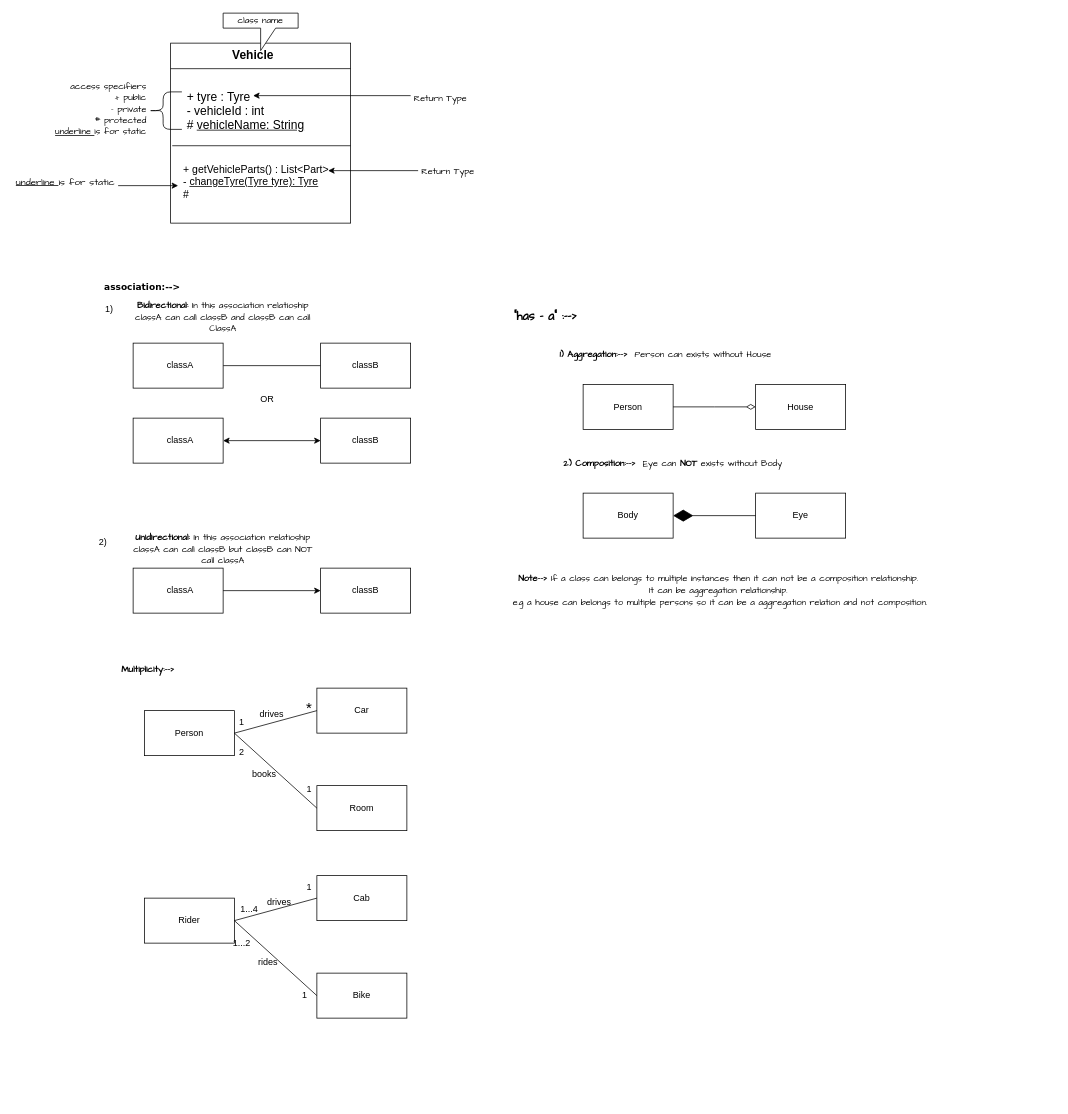
The draw.io diagram a_LLD_Basics/Untitled Diagram.drawio in prabhagaikwad16/lld_canvas, before the edit. Source tidied: cells renumbered, new cells numbered last; positions are measured from the earlier drawing's top-left corner, leaving out a move shared by most shapes. Both pictures are drawn from the tidied source at 75%, with x=0, y=0 at pixel (13, 13).
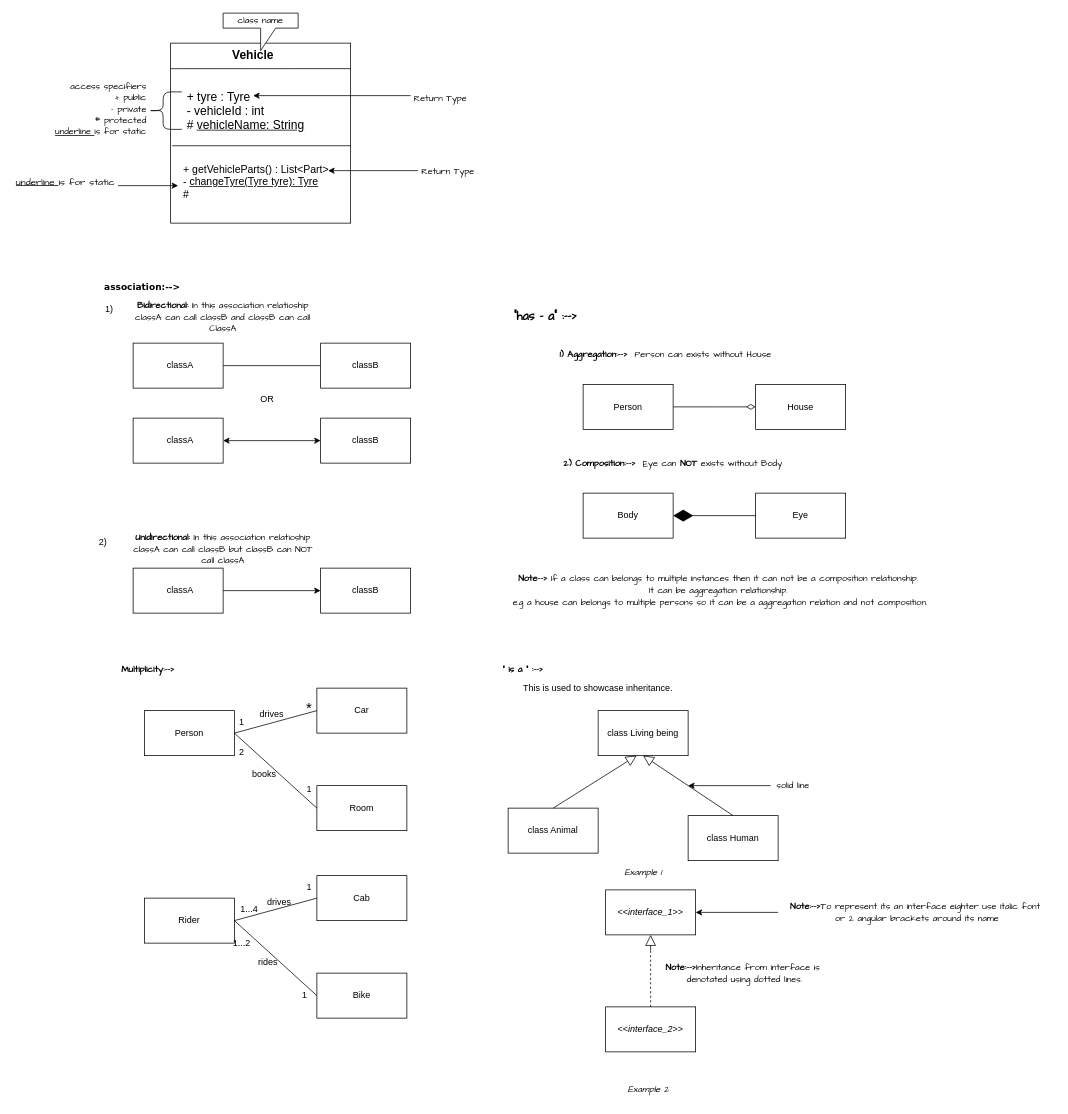
Above is the later version.

The edit, as a diff of the source:
```diff
@@
+    <mxCell id="77" value="&lt;b&gt;&lt;font face=&quot;Comic Sans MS&quot;&gt;&quot; is a &quot; :--&amp;gt;&lt;/font&gt;&lt;/b&gt;" style="text;html=1;align=center;verticalAlign=middle;whiteSpace=wrap;rounded=0;" parent="1" vertex="1">
+      <mxGeometry x="640" y="860" width="80" height="30" as="geometry" />
+    </mxCell>
+    <mxCell id="78" value="This is used to showcase inheritance." style="text;html=1;align=center;verticalAlign=middle;whiteSpace=wrap;rounded=0;" parent="1" vertex="1">
+      <mxGeometry x="650" y="885" width="260" height="30" as="geometry" />
+    </mxCell>
+    <mxCell id="79" value="class Living being" style="rounded=0;whiteSpace=wrap;html=1;" parent="1" vertex="1">
+      <mxGeometry x="780" y="930" width="120" height="60" as="geometry" />
+    </mxCell>
+    <mxCell id="80" value="class Animal" style="rounded=0;whiteSpace=wrap;html=1;" parent="1" vertex="1">
+      <mxGeometry x="660" y="1060" width="120" height="60" as="geometry" />
+    </mxCell>
+    <mxCell id="81" value="class Human" style="rounded=0;whiteSpace=wrap;html=1;" parent="1" vertex="1">
+      <mxGeometry x="900" y="1070" width="120" height="60" as="geometry" />
+    </mxCell>
+    <mxCell id="82" style="edgeStyle=none;html=1;endSize=12;endArrow=block;endFill=0;rounded=0;entryX=0.428;entryY=1;entryDx=0;entryDy=0;entryPerimeter=0;exitX=0.5;exitY=0;exitDx=0;exitDy=0;" parent="1" edge="1" source="80" target="79">
+      <mxGeometry relative="1" as="geometry" />
+    </mxCell>
+    <mxCell id="83" style="edgeStyle=none;html=1;endSize=12;endArrow=block;endFill=0;rounded=0;entryX=0.5;entryY=1;entryDx=0;entryDy=0;exitX=0.5;exitY=0;exitDx=0;exitDy=0;" parent="1" edge="1" source="81" target="79">
+      <mxGeometry relative="1" as="geometry" />
+    </mxCell>
+    <mxCell id="84" value="&lt;font face=&quot;Comic Sans MS&quot;&gt;solid line&lt;/font&gt;" style="text;html=1;align=center;verticalAlign=middle;whiteSpace=wrap;rounded=0;" parent="1" vertex="1">
+      <mxGeometry x="1010" y="1015" width="60" height="30" as="geometry" />
+    </mxCell>
+    <mxCell id="85" style="endArrow=classic;html=1;rounded=0;exitX=0;exitY=0.5;exitDx=0;exitDy=0;" parent="1" edge="1" source="84">
+      <mxGeometry relative="1" as="geometry">
+        <mxPoint x="900" y="1030" as="targetPoint" />
+      </mxGeometry>
+    </mxCell>
+    <mxCell id="86" value="&amp;lt;&amp;lt;&lt;i&gt;interface_1&lt;/i&gt;&amp;gt;&amp;gt;" style="rounded=0;whiteSpace=wrap;html=1;" parent="1" vertex="1">
+      <mxGeometry x="790" y="1169" width="120" height="60" as="geometry" />
+    </mxCell>
+    <mxCell id="87" value="&amp;lt;&amp;lt;&lt;i&gt;interface_2&lt;/i&gt;&amp;gt;&amp;gt;" style="rounded=0;whiteSpace=wrap;html=1;" parent="1" vertex="1">
+      <mxGeometry x="790" y="1325" width="120" height="60" as="geometry" />
+    </mxCell>
+    <mxCell id="88" style="edgeStyle=none;html=1;endSize=12;endArrow=block;endFill=0;rounded=0;entryX=0.5;entryY=1;entryDx=0;entryDy=0;" parent="1" edge="1" target="86">
+      <mxGeometry relative="1" as="geometry">
+        <mxPoint x="850" y="1250" as="sourcePoint" />
+      </mxGeometry>
+    </mxCell>
+    <mxCell id="89" style="endArrow=none;dashed=1;html=1;rounded=0;" parent="1" edge="1" target="87">
+      <mxGeometry relative="1" as="geometry">
+        <mxPoint x="850" y="1250" as="sourcePoint" />
+      </mxGeometry>
+    </mxCell>
+    <mxCell id="90" style="edgeStyle=orthogonalEdgeStyle;rounded=0;jettySize=auto;html=1;" parent="1" edge="1" source="91" target="86">
+      <mxGeometry relative="1" as="geometry" />
+    </mxCell>
+    <mxCell id="91" value="&lt;font face=&quot;Comic Sans MS&quot;&gt;&lt;b&gt;Note:--&amp;gt;&lt;/b&gt;To represent its an interface eighter use italic font&amp;nbsp;&lt;/font&gt;&lt;div&gt;&lt;font face=&quot;Comic Sans MS&quot;&gt;or 2 angular brackets around its name&lt;/font&gt;&lt;/div&gt;" style="text;html=1;align=center;verticalAlign=middle;points=[];strokeColor=none;fillColor=none;" parent="1" vertex="1">
+      <mxGeometry x="1020" y="1179" width="370" height="40" as="geometry" />
+    </mxCell>
+    <mxCell id="92" value="&lt;font face=&quot;Comic Sans MS&quot;&gt;&lt;b&gt;Note:--&amp;gt;&lt;/b&gt;Inheritance from interface is&amp;nbsp;&lt;/font&gt;&lt;div&gt;&lt;font face=&quot;Comic Sans MS&quot;&gt;denotated using dotted lines.&lt;/font&gt;&lt;/div&gt;" style="text;html=1;align=center;verticalAlign=middle;strokeColor=none;fillColor=none;" parent="1" vertex="1">
+      <mxGeometry x="850" y="1260" width="250" height="40" as="geometry" />
+    </mxCell>
+    <mxCell id="93" value="&lt;i&gt;&lt;font face=&quot;Comic Sans MS&quot;&gt;Example 1&lt;/font&gt;&lt;/i&gt;" style="text;html=1;align=center;verticalAlign=middle;strokeColor=none;fillColor=none;" parent="1" vertex="1">
+      <mxGeometry x="800" y="1130" width="80" height="30" as="geometry" />
+    </mxCell>
+    <mxCell id="94" value="&lt;i&gt;&lt;font face=&quot;Comic Sans MS&quot;&gt;Example 2&lt;/font&gt;&lt;/i&gt;" style="text;html=1;align=center;verticalAlign=middle;strokeColor=none;fillColor=none;" parent="1" vertex="1">
+      <mxGeometry x="807" y="1420" width="80" height="30" as="geometry" />
+    </mxCell>
```
